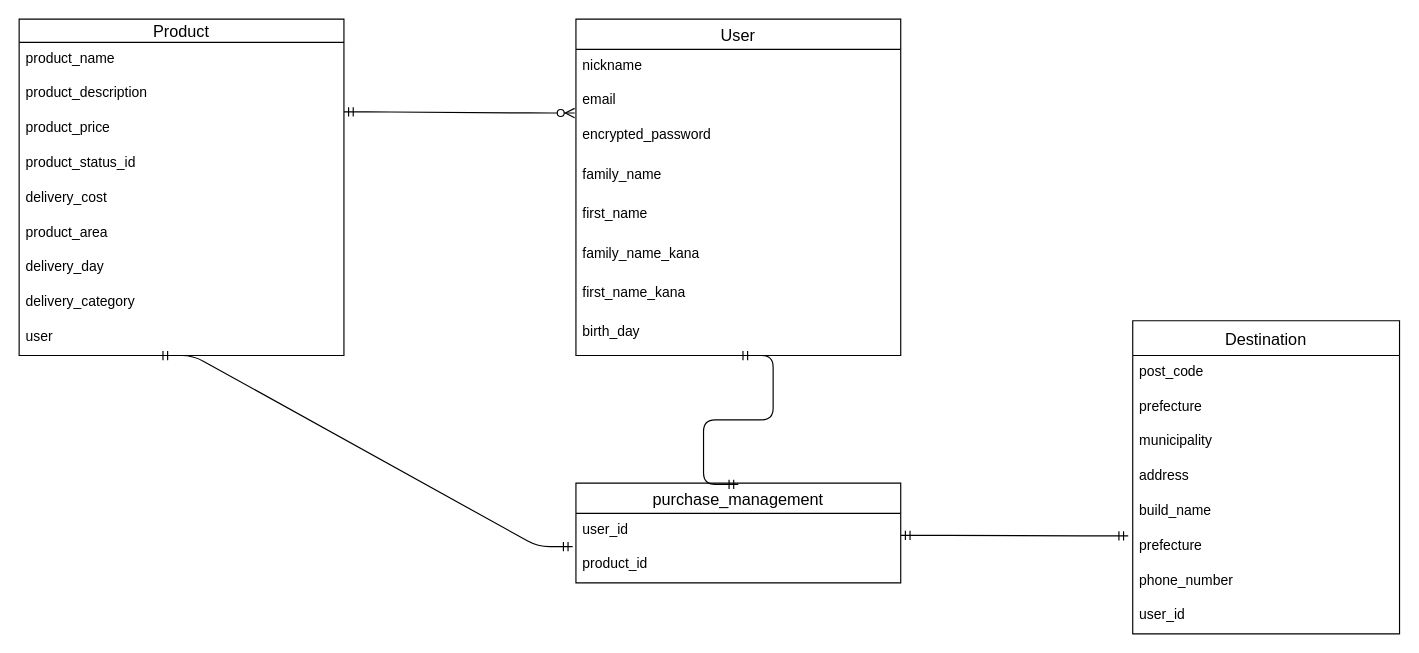
Before: ER.dio in sho20210126/furima-32851, a draw.io diagram. Source tidied: cells renumbered, new cells numbered last; positions are measured from the earlier drawing's top-left corner, leaving out a move shared by most shapes. Both pictures are drawn from the tidied source at 116%, with x=0, y=0 at pixel (19, 19).
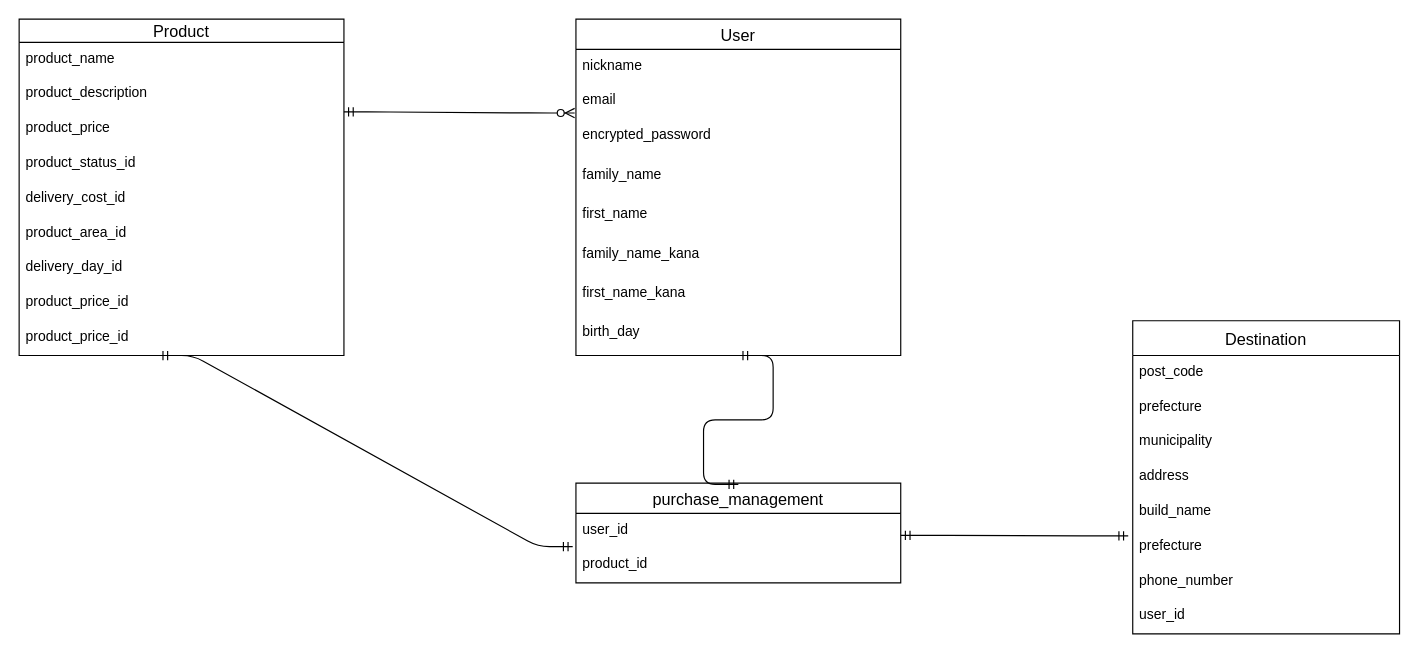
The same page after the edit.

Unchanged cells that the change refers to:
```xml
<mxCell id="20" value="Product" style="swimlane;fontStyle=0;horizontal=1;startSize=20;align=center;fontSize=14;" parent="1" vertex="1">
  <mxGeometry width="280" height="290" as="geometry" />
</mxCell>
```

What changed in the source:
```diff
@@
-    <mxCell id="25" value="delivery_cost" style="text;strokeColor=none;fillColor=none;spacingLeft=4;spacingRight=4;overflow=hidden;fontSize=12;" parent="20" vertex="1">
+    <mxCell id="25" value="delivery_cost_id" style="text;strokeColor=none;fillColor=none;spacingLeft=4;spacingRight=4;overflow=hidden;fontSize=12;" parent="20" vertex="1">
       <mxGeometry y="140" width="280" height="30" as="geometry" />
     </mxCell>
-    <mxCell id="26" value="product_area" style="text;strokeColor=none;fillColor=none;spacingLeft=4;spacingRight=4;overflow=hidden;fontSize=12;" parent="20" vertex="1">
+    <mxCell id="26" value="product_area_id" style="text;strokeColor=none;fillColor=none;spacingLeft=4;spacingRight=4;overflow=hidden;fontSize=12;" parent="20" vertex="1">
       <mxGeometry y="170" width="280" height="30" as="geometry" />
     </mxCell>
-    <mxCell id="27" value="delivery_day " style="text;strokeColor=none;fillColor=none;spacingLeft=4;spacingRight=4;overflow=hidden;fontSize=12;" parent="20" vertex="1">
+    <mxCell id="27" value="delivery_day_id" style="text;strokeColor=none;fillColor=none;spacingLeft=4;spacingRight=4;overflow=hidden;fontSize=12;" parent="20" vertex="1">
       <mxGeometry y="200" width="280" height="30" as="geometry" />
     </mxCell>
-    <mxCell id="28" value="delivery_category" style="text;strokeColor=none;fillColor=none;spacingLeft=4;spacingRight=4;overflow=hidden;fontSize=12;" parent="20" vertex="1">
+    <mxCell id="28" value="product_price_id" style="text;strokeColor=none;fillColor=none;spacingLeft=4;spacingRight=4;overflow=hidden;fontSize=12;" parent="20" vertex="1">
       <mxGeometry y="230" width="280" height="30" as="geometry" />
     </mxCell>
-    <mxCell id="29" value="user" style="text;strokeColor=none;fillColor=none;spacingLeft=4;spacingRight=4;overflow=hidden;fontSize=12;" parent="20" vertex="1">
-      <mxGeometry y="260" width="280" height="30" as="geometry" />
-    </mxCell>
+    <mxCell id="37" value="product_price_id" style="text;strokeColor=none;fillColor=none;spacingLeft=4;spacingRight=4;overflow=hidden;fontSize=12;" parent="20" vertex="1">
+      <mxGeometry y="260" width="280" height="30" as="geometry" />
+    </mxCell>
```
